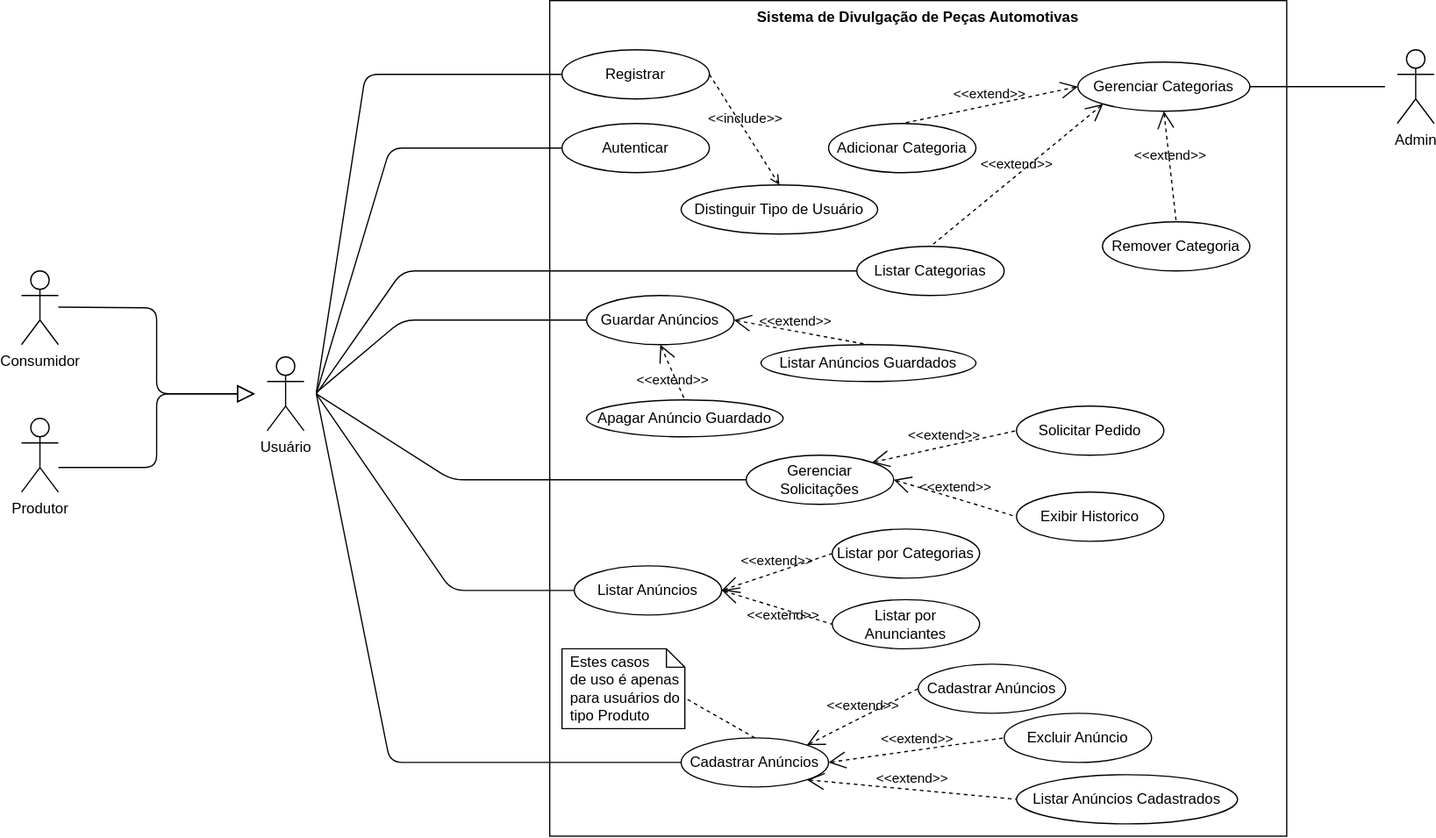
The draw.io diagram diagramas/CasosUso.drawio.svg in yanturck/carshopservices, before a commit. Source tidied: cells renumbered, new cells last; positions are measured from the earlier drawing's top-left corner, leaving out a move shared by most shapes.
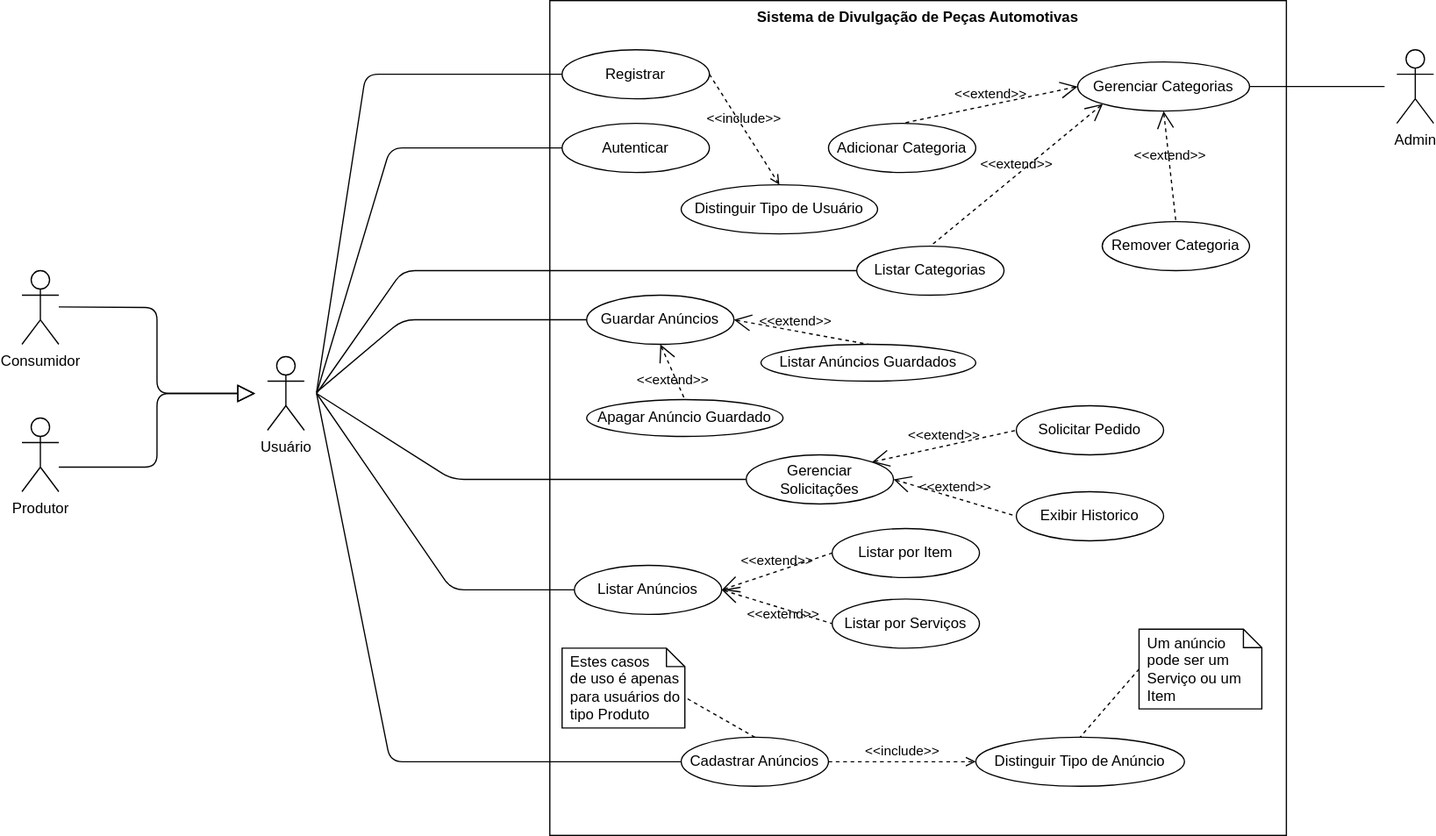
The same diagram one commit later.

The edit, as a diff of the source:
```diff
@@ -49,16 +49,13 @@
     <mxCell id="12" value="&lt;span style=&quot;font-weight: normal&quot;&gt;Registrar&lt;/span&gt;" style="shape=ellipse;html=1;strokeWidth=1;fontStyle=1;whiteSpace=wrap;align=center;perimeter=ellipsePerimeter;" parent="1" vertex="1">
       <mxGeometry x="440" y="40" width="120" height="40" as="geometry" />
     </mxCell>
-    <mxCell id="13" value="&lt;span style=&quot;font-weight: normal&quot;&gt;Listar Anúncios Cadastrados&lt;/span&gt;" style="shape=ellipse;html=1;strokeWidth=1;fontStyle=1;whiteSpace=wrap;align=center;perimeter=ellipsePerimeter;" parent="1" vertex="1">
-      <mxGeometry x="810" y="630" width="180" height="40" as="geometry" />
-    </mxCell>
     <mxCell id="14" value="&lt;span style=&quot;font-weight: normal&quot;&gt;Cadastrar Anúncios&lt;/span&gt;" style="shape=ellipse;html=1;strokeWidth=1;fontStyle=1;whiteSpace=wrap;align=center;perimeter=ellipsePerimeter;" parent="1" vertex="1">
       <mxGeometry x="537" y="600" width="120" height="40" as="geometry" />
     </mxCell>
-    <mxCell id="15" value="&lt;span style=&quot;font-weight: normal&quot;&gt;Listar por Categorias&lt;/span&gt;" style="shape=ellipse;html=1;strokeWidth=1;fontStyle=1;whiteSpace=wrap;align=center;perimeter=ellipsePerimeter;" parent="1" vertex="1">
+    <mxCell id="15" value="&lt;span style=&quot;font-weight: 400&quot;&gt;Listar por Item&lt;/span&gt;" style="shape=ellipse;html=1;strokeWidth=1;fontStyle=1;whiteSpace=wrap;align=center;perimeter=ellipsePerimeter;" parent="1" vertex="1">
       <mxGeometry x="660" y="430" width="120" height="40" as="geometry" />
     </mxCell>
-    <mxCell id="16" value="&lt;span style=&quot;font-weight: normal&quot;&gt;Listar por Anunciantes&lt;/span&gt;" style="shape=ellipse;html=1;strokeWidth=1;fontStyle=1;whiteSpace=wrap;align=center;perimeter=ellipsePerimeter;" parent="1" vertex="1">
+    <mxCell id="16" value="&lt;span style=&quot;font-weight: normal&quot;&gt;Listar por Serviços&lt;/span&gt;" style="shape=ellipse;html=1;strokeWidth=1;fontStyle=1;whiteSpace=wrap;align=center;perimeter=ellipsePerimeter;" parent="1" vertex="1">
       <mxGeometry x="660" y="487.5" width="120" height="40" as="geometry" />
     </mxCell>
     <mxCell id="17" value="&lt;span style=&quot;font-weight: normal&quot;&gt;Adicionar Categoria&lt;/span&gt;" style="shape=ellipse;html=1;strokeWidth=1;fontStyle=1;whiteSpace=wrap;align=center;perimeter=ellipsePerimeter;" parent="1" vertex="1">
@@ -130,9 +127,6 @@
         <mxPoint x="1110" y="70" as="targetPoint" />
       </mxGeometry>
     </mxCell>
-    <mxCell id="31" value="&lt;span style=&quot;font-weight: normal&quot;&gt;Excluir Anúncio&lt;/span&gt;" style="shape=ellipse;html=1;strokeWidth=1;fontStyle=1;whiteSpace=wrap;align=center;perimeter=ellipsePerimeter;" parent="1" vertex="1">
-      <mxGeometry x="800" y="580" width="120" height="40" as="geometry" />
-    </mxCell>
     <mxCell id="32" value="&lt;span style=&quot;font-weight: normal&quot;&gt;Gerenciar Solicitações&lt;/span&gt;" style="shape=ellipse;html=1;strokeWidth=1;fontStyle=1;whiteSpace=wrap;align=center;perimeter=ellipsePerimeter;" parent="1" vertex="1">
       <mxGeometry x="590" y="370" width="120" height="40" as="geometry" />
     </mxCell>
@@ -176,18 +170,9 @@
     <mxCell id="42" value="&amp;lt;&amp;lt;extend&amp;gt;&amp;gt;" style="edgeStyle=none;html=1;startArrow=open;endArrow=none;startSize=12;verticalAlign=bottom;dashed=1;labelBackgroundColor=none;entryX=0.5;entryY=0;entryDx=0;entryDy=0;exitX=0;exitY=0.5;exitDx=0;exitDy=0;" parent="1" edge="1" source="19" target="17">
       <mxGeometry relative="1" as="geometry" />
     </mxCell>
-    <mxCell id="43" value="&lt;span style=&quot;font-weight: normal&quot;&gt;Cadastrar Anúncios&lt;/span&gt;" style="shape=ellipse;html=1;strokeWidth=1;fontStyle=1;whiteSpace=wrap;align=center;perimeter=ellipsePerimeter;" parent="1" vertex="1">
-      <mxGeometry x="730" y="540" width="120" height="40" as="geometry" />
+    <mxCell id="43" value="&lt;span style=&quot;font-weight: normal&quot;&gt;Distinguir Tipo de Anúncio&lt;/span&gt;" style="shape=ellipse;html=1;strokeWidth=1;fontStyle=1;whiteSpace=wrap;align=center;perimeter=ellipsePerimeter;" parent="1" vertex="1">
+      <mxGeometry x="777" y="600" width="170" height="40" as="geometry" />
     </mxCell>
-    <mxCell id="44" value="&amp;lt;&amp;lt;extend&amp;gt;&amp;gt;" style="edgeStyle=none;html=1;startArrow=open;endArrow=none;startSize=12;verticalAlign=bottom;dashed=1;labelBackgroundColor=none;entryX=0;entryY=0.5;entryDx=0;entryDy=0;exitX=1;exitY=0;exitDx=0;exitDy=0;" parent="1" edge="1" source="14" target="43">
-      <mxGeometry relative="1" as="geometry" />
-    </mxCell>
-    <mxCell id="45" value="&amp;lt;&amp;lt;extend&amp;gt;&amp;gt;" style="edgeStyle=none;html=1;startArrow=open;endArrow=none;startSize=12;verticalAlign=bottom;dashed=1;labelBackgroundColor=none;entryX=0;entryY=0.5;entryDx=0;entryDy=0;exitX=1;exitY=0.5;exitDx=0;exitDy=0;" parent="1" edge="1" source="14" target="31">
-      <mxGeometry relative="1" as="geometry" />
-    </mxCell>
-    <mxCell id="46" value="&amp;lt;&amp;lt;extend&amp;gt;&amp;gt;" style="edgeStyle=none;html=1;startArrow=open;endArrow=none;startSize=12;verticalAlign=bottom;dashed=1;labelBackgroundColor=none;entryX=0;entryY=0.5;entryDx=0;entryDy=0;exitX=1;exitY=1;exitDx=0;exitDy=0;" parent="1" edge="1" source="14" target="13">
-      <mxGeometry relative="1" as="geometry" />
-    </mxCell>
     <mxCell id="47" style="edgeStyle=none;html=1;endArrow=none;rounded=0;labelBackgroundColor=none;dashed=1;exitX=0.5;exitY=0;exitDx=0;exitDy=0;entryX=0;entryY=0;entryDx=100;entryDy=40;entryPerimeter=0;" parent="1" edge="1" source="14" target="28">
       <mxGeometry relative="1" as="geometry" />
     </mxCell>
@@ -203,5 +188,14 @@
     <mxCell id="51" value="&amp;lt;&amp;lt;extend&amp;gt;&amp;gt;" style="edgeStyle=none;html=1;startArrow=open;endArrow=none;startSize=12;verticalAlign=bottom;dashed=1;labelBackgroundColor=none;entryX=0;entryY=0.5;entryDx=0;entryDy=0;exitX=1;exitY=0.5;exitDx=0;exitDy=0;" parent="1" edge="1" source="32" target="49">
       <mxGeometry relative="1" as="geometry" />
     </mxCell>
+    <mxCell id="44" value="&amp;lt;&amp;lt;include&amp;gt;&amp;gt;" style="edgeStyle=none;html=1;endArrow=open;verticalAlign=bottom;dashed=1;labelBackgroundColor=none;entryX=0;entryY=0.5;entryDx=0;entryDy=0;exitX=1;exitY=0.5;exitDx=0;exitDy=0;" parent="1" edge="1" source="14" target="43">
+      <mxGeometry relative="1" as="geometry" />
+    </mxCell>
+    <mxCell id="52" value="Um anúncio pode ser um Serviço ou um Item" style="shape=note;size=15;spacingLeft=5;align=left;whiteSpace=wrap;strokeWidth=1;" parent="1" vertex="1">
+      <mxGeometry x="910" y="512" width="100" height="65" as="geometry" />
+    </mxCell>
+    <mxCell id="53" style="edgeStyle=none;html=1;endArrow=none;rounded=0;labelBackgroundColor=none;dashed=1;exitX=0;exitY=0.5;exitDx=0;exitDy=0;entryX=0.5;entryY=0;entryDx=0;entryDy=0;exitPerimeter=0;" parent="1" edge="1" source="52" target="43">
+      <mxGeometry relative="1" as="geometry" />
+    </mxCell>
   </root>
 </mxGraphModel>
```
